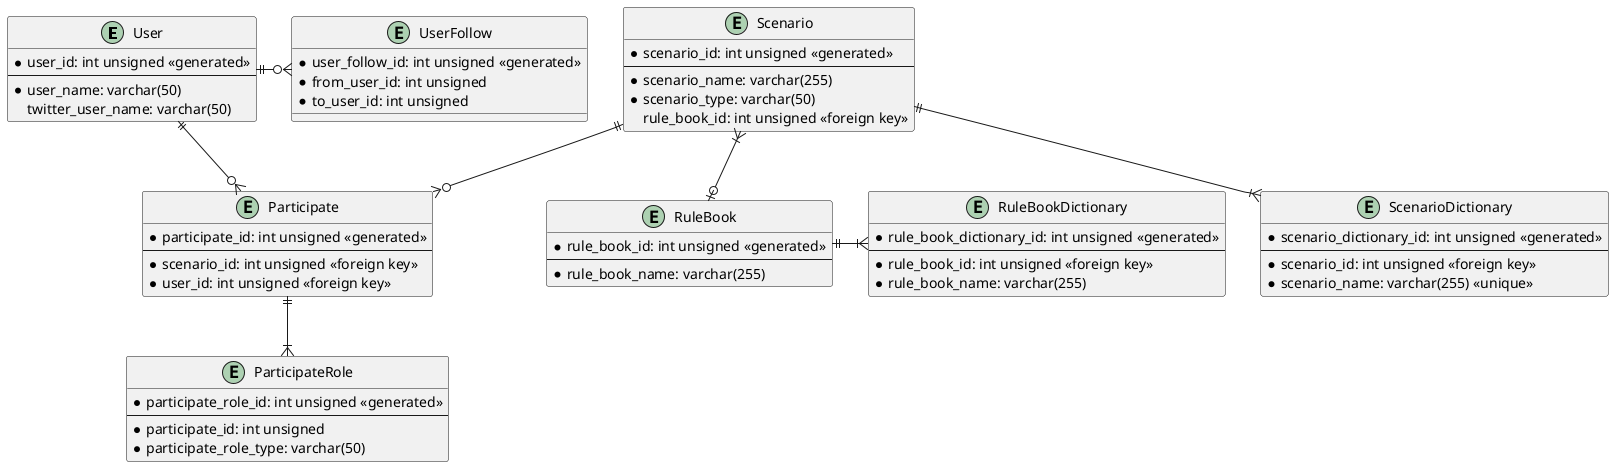
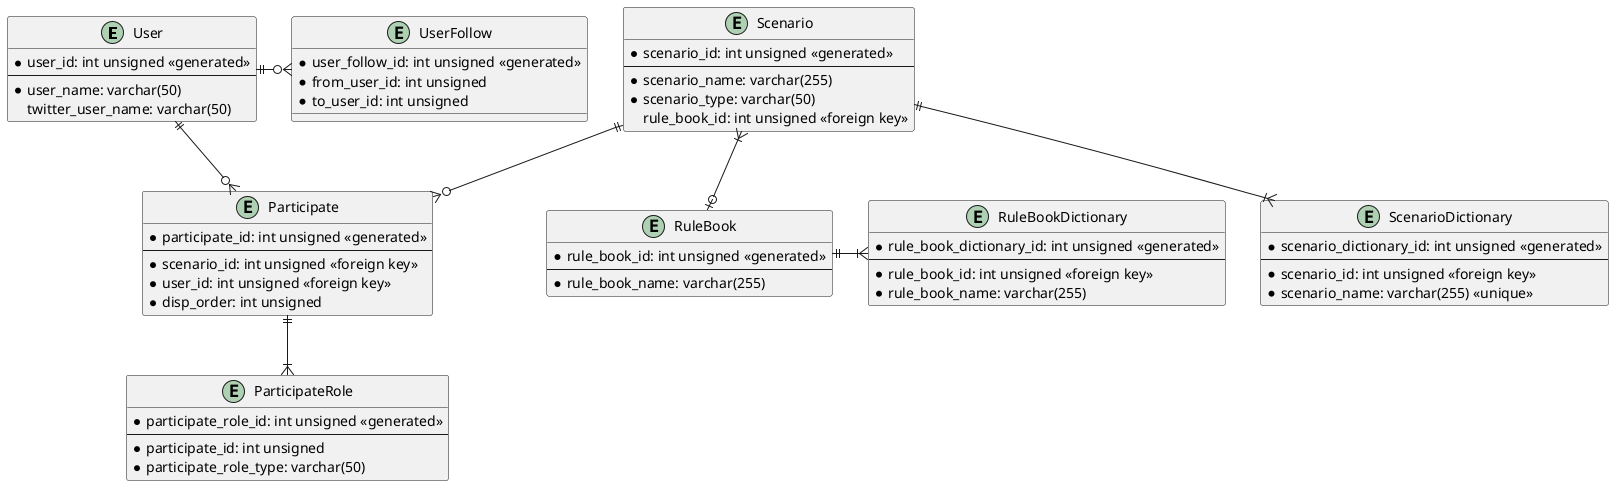
@startuml
'https://plantuml.com/class-diagram

entity User {
    * user_id: int unsigned <<generated>>
    --
    * user_name: varchar(50)
    twitter_user_name: varchar(50)
}

entity UserFollow {
    * user_follow_id: int unsigned <<generated>>
    * from_user_id: int unsigned
    * to_user_id: int unsigned
}

User ||-o{ UserFollow

entity RuleBook {
    * rule_book_id: int unsigned <<generated>>
    --
    * rule_book_name: varchar(255)
}

entity RuleBookDictionary {
    * rule_book_dictionary_id: int unsigned <<generated>>
    --
    * rule_book_id: int unsigned <<foreign key>>
    * rule_book_name: varchar(255)
}

RuleBook ||-|{ RuleBookDictionary

entity Scenario {
    * scenario_id: int unsigned <<generated>>
    --
    * scenario_name: varchar(255)
    * scenario_type: varchar(50)
    rule_book_id: int unsigned <<foreign key>>
}

entity ScenarioDictionary {
    * scenario_dictionary_id: int unsigned <<generated>>
    --
    * scenario_id: int unsigned <<foreign key>>
    * scenario_name: varchar(255) <<unique>>
}

Scenario ||--|{ ScenarioDictionary
Scenario }|--o| RuleBook

entity Participate {
    * participate_id: int unsigned <<generated>>
    --
    * scenario_id: int unsigned <<foreign key>>
    * user_id: int unsigned <<foreign key>>
+     * disp_order: int unsigned
}

User ||--o{ Participate
Scenario ||--o{ Participate

entity ParticipateRole {
    * participate_role_id: int unsigned <<generated>>
    --
    * participate_id: int unsigned
    * participate_role_type: varchar(50)
}

Participate ||--|{ ParticipateRole

@enduml